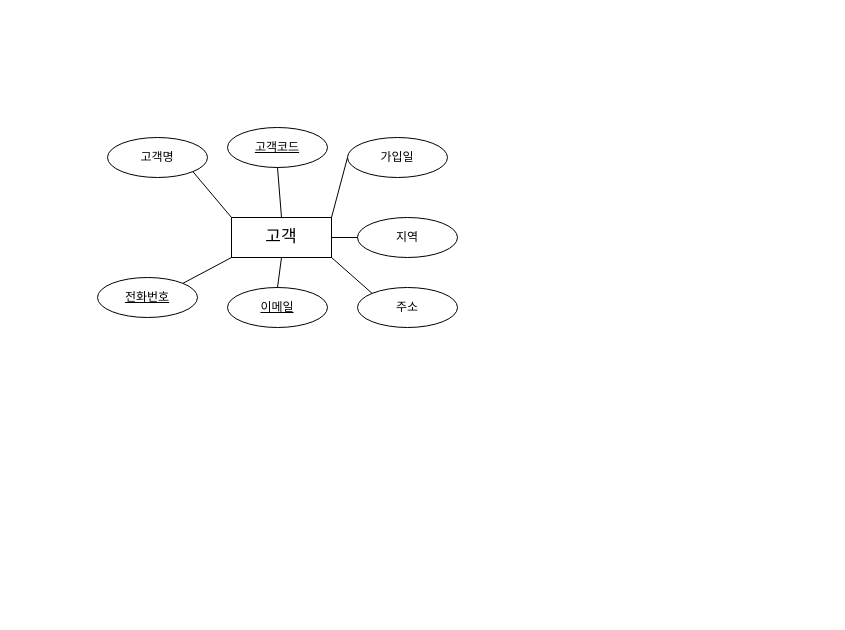
Before: erd.drawio in fdsv8596/ai8erd, a draw.io diagram. Source tidied: cells renumbered, new cells numbered last; positions are measured from the earlier drawing's top-left corner, leaving out a move shared by most shapes. Both pictures are drawn from the tidied source at 100%, with x=0, y=0 at pixel (97, 127).
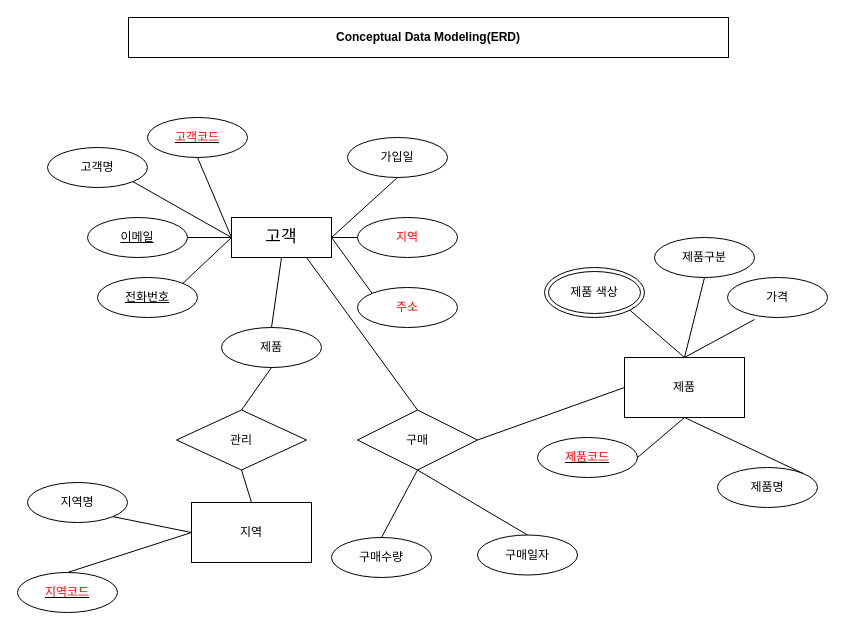
After the change.

The change refers to these unchanged cells:
```xml
<mxCell id="2" value="고객" style="whiteSpace=wrap;html=1;align=center;fontSize=17;" parent="1" vertex="1">
  <mxGeometry x="134" y="90" width="100" height="40" as="geometry" />
</mxCell>
<mxCell id="5" value="&lt;u&gt;전화번호&lt;/u&gt;" style="ellipse;whiteSpace=wrap;html=1;align=center;" parent="1" vertex="1">
  <mxGeometry y="150" width="100" height="40" as="geometry" />
</mxCell>
<mxCell id="6" value="가입일" style="ellipse;whiteSpace=wrap;html=1;align=center;" parent="1" vertex="1">
  <mxGeometry x="250" y="10" width="100" height="40" as="geometry" />
</mxCell>
```

What changed in the source:
```diff
@@
     <mxCell id="3" value="고객명" style="ellipse;whiteSpace=wrap;html=1;align=center;" parent="1" vertex="1">
-      <mxGeometry x="10" y="10" width="100" height="40" as="geometry" />
+      <mxGeometry x="-50" y="20" width="100" height="40" as="geometry" />
     </mxCell>
-    <mxCell id="4" style="endArrow=none;html=1;rounded=0;entryX=0;entryY=0;entryDx=0;entryDy=0;exitX=1;exitY=1;exitDx=0;exitDy=0;" parent="1" edge="1" source="3" target="2">
+    <mxCell id="4" style="endArrow=none;html=1;rounded=0;entryX=0;entryY=0.5;entryDx=0;entryDy=0;exitX=1;exitY=1;exitDx=0;exitDy=0;" parent="1" edge="1" source="3" target="2">
       <mxGeometry relative="1" as="geometry" />
     </mxCell>
@@
-    <mxCell id="7" value="주소" style="ellipse;whiteSpace=wrap;html=1;align=center;" parent="1" vertex="1">
+    <mxCell id="7" value="&lt;font color=&quot;#ff0000&quot;&gt;주소&lt;/font&gt;" style="ellipse;whiteSpace=wrap;html=1;align=center;" parent="1" vertex="1">
       <mxGeometry x="260" y="160" width="100" height="40" as="geometry" />
     </mxCell>
     <mxCell id="8" value="&lt;u&gt;이메일&lt;/u&gt;" style="ellipse;whiteSpace=wrap;html=1;align=center;" parent="1" vertex="1">
-      <mxGeometry x="130" y="160" width="100" height="40" as="geometry" />
+      <mxGeometry x="-10" y="90" width="100" height="40" as="geometry" />
     </mxCell>
-    <mxCell id="9" value="지역" style="ellipse;whiteSpace=wrap;html=1;align=center;" parent="1" vertex="1">
+    <mxCell id="9" value="&lt;font color=&quot;#ff0000&quot;&gt;지역&lt;/font&gt;" style="ellipse;whiteSpace=wrap;html=1;align=center;" parent="1" vertex="1">
       <mxGeometry x="260" y="90" width="100" height="40" as="geometry" />
     </mxCell>
-    <mxCell id="10" style="endArrow=none;html=1;rounded=0;exitX=1;exitY=0;exitDx=0;exitDy=0;" parent="1" edge="1" source="2">
-      <mxGeometry relative="1" as="geometry">
-        <mxPoint x="250" y="30" as="targetPoint" />
-      </mxGeometry>
+    <mxCell id="10" style="endArrow=none;html=1;rounded=0;entryX=0.5;entryY=1;entryDx=0;entryDy=0;exitX=1;exitY=0.5;exitDx=0;exitDy=0;" parent="1" edge="1" source="2" target="6">
+      <mxGeometry relative="1" as="geometry" />
     </mxCell>
@@
-    <mxCell id="12" style="endArrow=none;html=1;rounded=0;entryX=0;entryY=0;entryDx=0;entryDy=0;exitX=1;exitY=1;exitDx=0;exitDy=0;" parent="1" edge="1" source="2" target="7">
+    <mxCell id="12" style="endArrow=none;html=1;rounded=0;entryX=0;entryY=0;entryDx=0;entryDy=0;exitX=1;exitY=0.5;exitDx=0;exitDy=0;" parent="1" edge="1" source="2" target="7">
       <mxGeometry relative="1" as="geometry" />
     </mxCell>
-    <mxCell id="13" style="endArrow=none;html=1;rounded=0;entryX=0.5;entryY=0;entryDx=0;entryDy=0;exitX=0.5;exitY=1;exitDx=0;exitDy=0;" parent="1" edge="1" source="2" target="8">
+    <mxCell id="13" style="endArrow=none;html=1;rounded=0;entryX=1;entryY=0.5;entryDx=0;entryDy=0;exitX=0;exitY=0.5;exitDx=0;exitDy=0;" parent="1" edge="1" source="2" target="8">
       <mxGeometry relative="1" as="geometry" />
     </mxCell>
-    <mxCell id="14" style="endArrow=none;html=1;rounded=0;entryX=1;entryY=0;entryDx=0;entryDy=0;exitX=0;exitY=1;exitDx=0;exitDy=0;" parent="1" edge="1" source="2" target="5">
+    <mxCell id="14" style="endArrow=none;html=1;rounded=0;entryX=1;entryY=0;entryDx=0;entryDy=0;exitX=0;exitY=0.5;exitDx=0;exitDy=0;" parent="1" edge="1" source="2" target="5">
       <mxGeometry relative="1" as="geometry" />
     </mxCell>
-    <mxCell id="15" value="&lt;u&gt;고객코드&lt;/u&gt;" style="ellipse;whiteSpace=wrap;html=1;align=center;" parent="1" vertex="1">
-      <mxGeometry x="130" width="100" height="40" as="geometry" />
+    <mxCell id="15" value="&lt;u&gt;&lt;font color=&quot;#ff0000&quot;&gt;고객코드&lt;/font&gt;&lt;/u&gt;" style="ellipse;whiteSpace=wrap;html=1;align=center;" parent="1" vertex="1">
+      <mxGeometry x="50" y="-10" width="100" height="40" as="geometry" />
     </mxCell>
-    <mxCell id="16" style="endArrow=none;html=1;rounded=0;entryX=0.5;entryY=0;entryDx=0;entryDy=0;exitX=0.5;exitY=1;exitDx=0;exitDy=0;" parent="1" edge="1" source="15" target="2">
+    <mxCell id="16" style="endArrow=none;html=1;rounded=0;entryX=0;entryY=0.5;entryDx=0;entryDy=0;exitX=0.5;exitY=1;exitDx=0;exitDy=0;" parent="1" edge="1" source="15" target="2">
       <mxGeometry relative="1" as="geometry" />
     </mxCell>
+    <mxCell id="17" value="제품" style="ellipse;whiteSpace=wrap;html=1;align=center;" parent="1" vertex="1">
+      <mxGeometry x="124" y="200" width="100" height="40" as="geometry" />
+    </mxCell>
+    <mxCell id="18" style="endArrow=none;html=1;rounded=0;entryX=0.5;entryY=0;entryDx=0;entryDy=0;exitX=0.5;exitY=1;exitDx=0;exitDy=0;" parent="1" edge="1" source="2" target="17">
+      <mxGeometry relative="1" as="geometry" />
+    </mxCell>
+    <mxCell id="19" value="지역" style="rounded=0;whiteSpace=wrap;html=1;" parent="1" vertex="1">
+      <mxGeometry x="94" y="375" width="120" height="60" as="geometry" />
+    </mxCell>
+    <mxCell id="20" value="&lt;u&gt;&lt;font color=&quot;#ff0000&quot;&gt;지역코드&lt;/font&gt;&lt;/u&gt;" style="ellipse;whiteSpace=wrap;html=1;align=center;" parent="1" vertex="1">
+      <mxGeometry x="-80" y="445" width="100" height="40" as="geometry" />
+    </mxCell>
+    <mxCell id="21" value="지역명" style="ellipse;whiteSpace=wrap;html=1;align=center;" parent="1" vertex="1">
+      <mxGeometry x="-70" y="355" width="100" height="40" as="geometry" />
+    </mxCell>
+    <mxCell id="22" style="endArrow=none;html=1;rounded=0;entryX=0.5;entryY=0;entryDx=0;entryDy=0;exitX=0;exitY=0.5;exitDx=0;exitDy=0;" parent="1" edge="1" source="19" target="20">
+      <mxGeometry relative="1" as="geometry" />
+    </mxCell>
+    <mxCell id="23" style="endArrow=none;html=1;rounded=0;entryX=1;entryY=1;entryDx=0;entryDy=0;exitX=0;exitY=0.5;exitDx=0;exitDy=0;" parent="1" edge="1" source="19" target="21">
+      <mxGeometry relative="1" as="geometry" />
+    </mxCell>
+    <mxCell id="24" value="제품" style="rounded=0;whiteSpace=wrap;html=1;" parent="1" vertex="1">
+      <mxGeometry x="527" y="230" width="120" height="60" as="geometry" />
+    </mxCell>
+    <mxCell id="25" value="제품명" style="ellipse;whiteSpace=wrap;html=1;align=center;" parent="1" vertex="1">
+      <mxGeometry x="620" y="340" width="100" height="40" as="geometry" />
+    </mxCell>
+    <mxCell id="26" value="&lt;u&gt;&lt;font color=&quot;#ff0000&quot;&gt;제품코드&lt;/font&gt;&lt;/u&gt;" style="ellipse;whiteSpace=wrap;html=1;align=center;" parent="1" vertex="1">
+      <mxGeometry x="440" y="310" width="100" height="40" as="geometry" />
+    </mxCell>
+    <mxCell id="27" value="제품구분" style="ellipse;whiteSpace=wrap;html=1;align=center;" parent="1" vertex="1">
+      <mxGeometry x="557" y="110" width="100" height="40" as="geometry" />
+    </mxCell>
+    <mxCell id="28" value="제품 색상" style="ellipse;shape=doubleEllipse;whiteSpace=wrap;html=1;" parent="1" vertex="1">
+      <mxGeometry x="447" y="140" width="100" height="50" as="geometry" />
+    </mxCell>
+    <mxCell id="29" value="가격" style="ellipse;whiteSpace=wrap;html=1;align=center;" parent="1" vertex="1">
+      <mxGeometry x="630" y="150" width="100" height="40" as="geometry" />
+    </mxCell>
+    <mxCell id="30" style="endArrow=none;html=1;rounded=0;entryX=1;entryY=1;entryDx=0;entryDy=0;exitX=0.5;exitY=0;exitDx=0;exitDy=0;" parent="1" edge="1" source="24" target="28">
+      <mxGeometry relative="1" as="geometry" />
+    </mxCell>
+    <mxCell id="31" style="endArrow=none;html=1;rounded=0;entryX=1;entryY=0;entryDx=0;entryDy=0;exitX=0.5;exitY=1;exitDx=0;exitDy=0;" parent="1" edge="1" source="24" target="25">
+      <mxGeometry relative="1" as="geometry" />
+    </mxCell>
+    <mxCell id="32" style="endArrow=none;html=1;rounded=0;exitX=0.27;exitY=1.05;exitDx=0;exitDy=0;entryX=0.5;entryY=0;entryDx=0;entryDy=0;exitPerimeter=0;" parent="1" edge="1" source="29" target="24">
+      <mxGeometry relative="1" as="geometry" />
+    </mxCell>
+    <mxCell id="33" style="endArrow=none;html=1;rounded=0;exitX=0.5;exitY=1;exitDx=0;exitDy=0;" parent="1" edge="1">
+      <mxGeometry relative="1" as="geometry">
+        <mxPoint x="607" y="150" as="sourcePoint" />
+        <mxPoint x="587" y="230" as="targetPoint" />
+      </mxGeometry>
+    </mxCell>
+    <mxCell id="34" style="endArrow=none;html=1;rounded=0;entryX=1;entryY=0.5;entryDx=0;entryDy=0;exitX=0.5;exitY=1;exitDx=0;exitDy=0;" parent="1" edge="1" source="24" target="26">
+      <mxGeometry relative="1" as="geometry" />
+    </mxCell>
+    <mxCell id="35" value="관리" style="rhombus;whiteSpace=wrap;html=1;" parent="1" vertex="1">
+      <mxGeometry x="79" y="282.5" width="130" height="60" as="geometry" />
+    </mxCell>
+    <mxCell id="36" style="endArrow=none;html=1;rounded=0;entryX=0.5;entryY=0;entryDx=0;entryDy=0;exitX=0.5;exitY=1;exitDx=0;exitDy=0;" parent="1" edge="1" source="35" target="19">
+      <mxGeometry relative="1" as="geometry" />
+    </mxCell>
+    <mxCell id="37" style="endArrow=none;html=1;rounded=0;entryX=0.5;entryY=0;entryDx=0;entryDy=0;exitX=0.5;exitY=1;exitDx=0;exitDy=0;" parent="1" edge="1" source="17" target="35">
+      <mxGeometry relative="1" as="geometry" />
+    </mxCell>
+    <mxCell id="38" value="구매" style="shape=rhombus;perimeter=rhombusPerimeter;whiteSpace=wrap;html=1;align=center;" parent="1" vertex="1">
+      <mxGeometry x="260" y="282.5" width="120" height="60" as="geometry" />
+    </mxCell>
+    <mxCell id="39" style="endArrow=none;html=1;rounded=0;entryX=0.5;entryY=0;entryDx=0;entryDy=0;exitX=0.75;exitY=1;exitDx=0;exitDy=0;" parent="1" edge="1" source="2" target="38">
+      <mxGeometry relative="1" as="geometry" />
+    </mxCell>
+    <mxCell id="40" style="endArrow=none;html=1;rounded=0;entryX=0;entryY=0.5;entryDx=0;entryDy=0;exitX=1;exitY=0.5;exitDx=0;exitDy=0;" parent="1" edge="1" source="38" target="24">
+      <mxGeometry relative="1" as="geometry" />
+    </mxCell>
+    <mxCell id="41" value="구매수량" style="ellipse;whiteSpace=wrap;html=1;align=center;" parent="1" vertex="1">
+      <mxGeometry x="234" y="410" width="100" height="40" as="geometry" />
+    </mxCell>
+    <mxCell id="42" value="구매일자" style="ellipse;whiteSpace=wrap;html=1;align=center;" parent="1" vertex="1">
+      <mxGeometry x="380" y="407.5" width="100" height="40" as="geometry" />
+    </mxCell>
+    <mxCell id="43" style="endArrow=none;html=1;rounded=0;entryX=0.5;entryY=0;entryDx=0;entryDy=0;exitX=0.5;exitY=1;exitDx=0;exitDy=0;" parent="1" edge="1" source="38" target="42">
+      <mxGeometry relative="1" as="geometry" />
+    </mxCell>
+    <mxCell id="44" style="endArrow=none;html=1;rounded=0;entryX=0.5;entryY=0;entryDx=0;entryDy=0;exitX=0.5;exitY=1;exitDx=0;exitDy=0;" parent="1" edge="1" source="38" target="41">
+      <mxGeometry relative="1" as="geometry" />
+    </mxCell>
+    <mxCell id="45" value="&lt;b&gt;Conceptual Data Modeling(ERD)&lt;/b&gt;" style="whiteSpace=wrap;html=1;align=center;" parent="1" vertex="1">
+      <mxGeometry x="31" y="-110" width="600" height="40" as="geometry" />
+    </mxCell>
```
